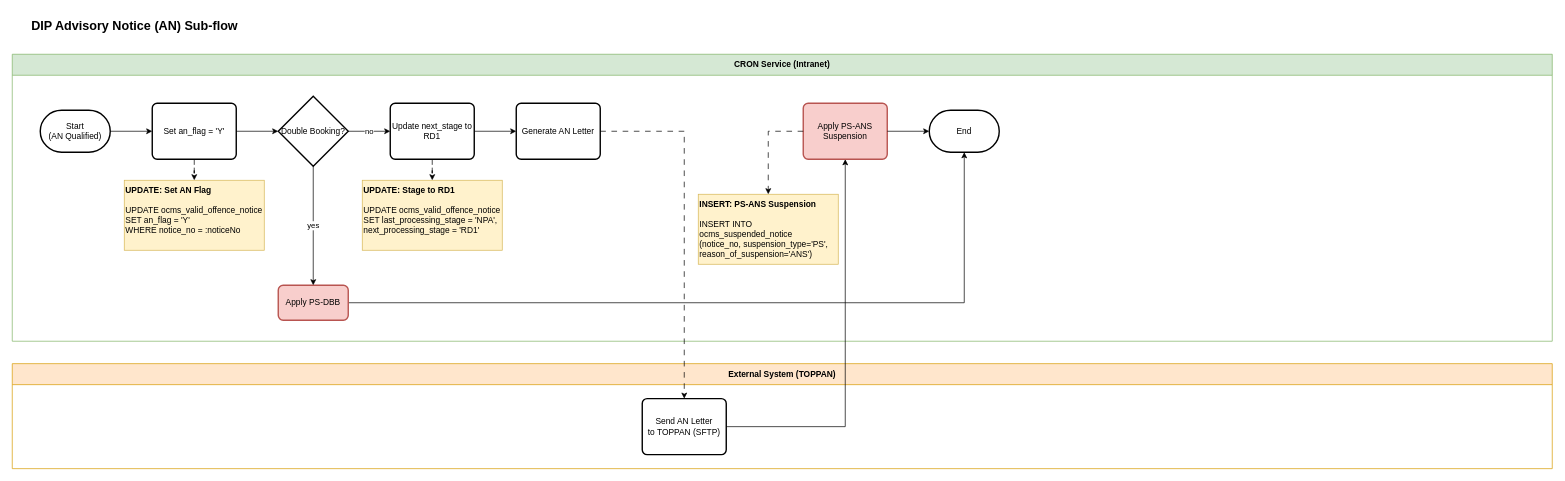
rafifmgg/techdoc keeps this draw.io diagram as page "Section_5_DIP_AN_Subflow" (3 of 5) of OCMS 14/Section 5/OCMS14-Technical_Flowchart_Section_5.drawio. Above is the earlier version. Source tidied: cells renumbered, new cells numbered last; positions are measured from the earlier drawing's top-left corner, leaving out a move shared by most shapes. Both pictures are drawn from the tidied source at 70%, with x=0, y=0 at pixel (12, 12).
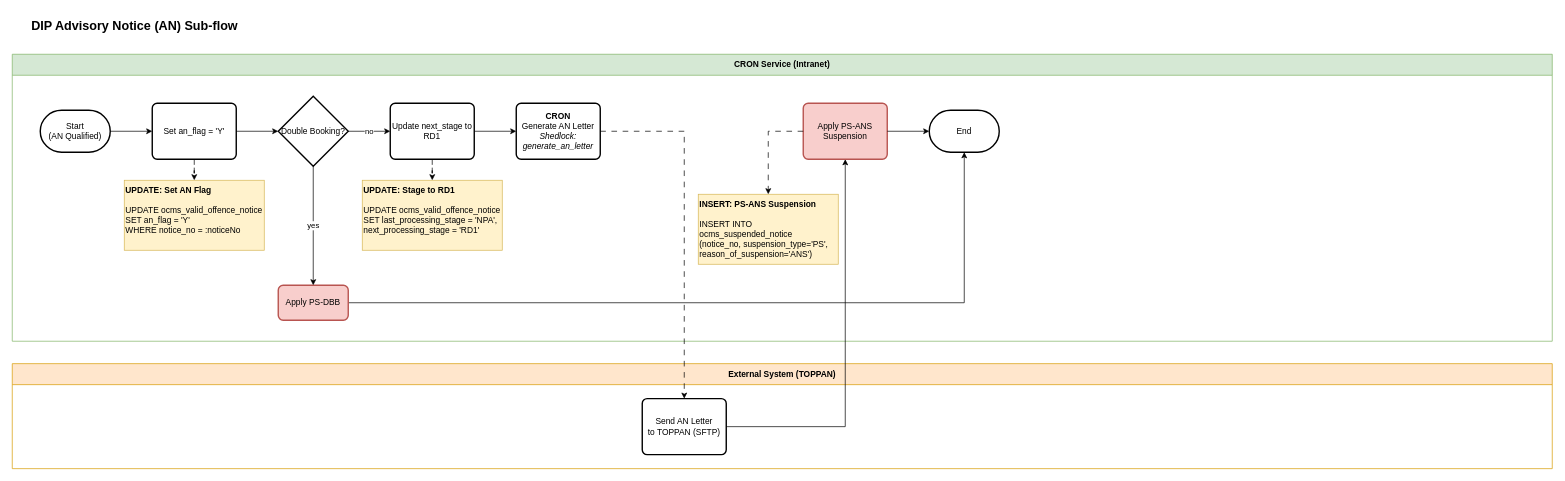
After the change.

The change refers to these unchanged cells:
```xml
<mxCell id="3" value="CRON Service (Intranet)" style="swimlane;whiteSpace=wrap;html=1;fillColor=#d5e8d4;strokeColor=#82b366;startSize=30;" parent="1" vertex="1">
  <mxGeometry y="60" width="2200" height="410" as="geometry" />
</mxCell>
```

Change to the diagram source:
```diff
@@
-    <mxCell id="10" value="Generate AN Letter" style="rounded=1;whiteSpace=wrap;html=1;absoluteArcSize=1;arcSize=14;strokeWidth=2;" parent="3" vertex="1">
+    <mxCell id="10" value="&lt;b&gt;CRON&lt;/b&gt;&lt;br&gt;Generate AN Letter&lt;br&gt;&lt;i&gt;Shedlock: generate_an_letter&lt;/i&gt;" style="rounded=1;whiteSpace=wrap;html=1;absoluteArcSize=1;arcSize=14;strokeWidth=2;" parent="3" vertex="1">
       <mxGeometry x="720" y="70" width="120" height="80" as="geometry" />
     </mxCell>
```
